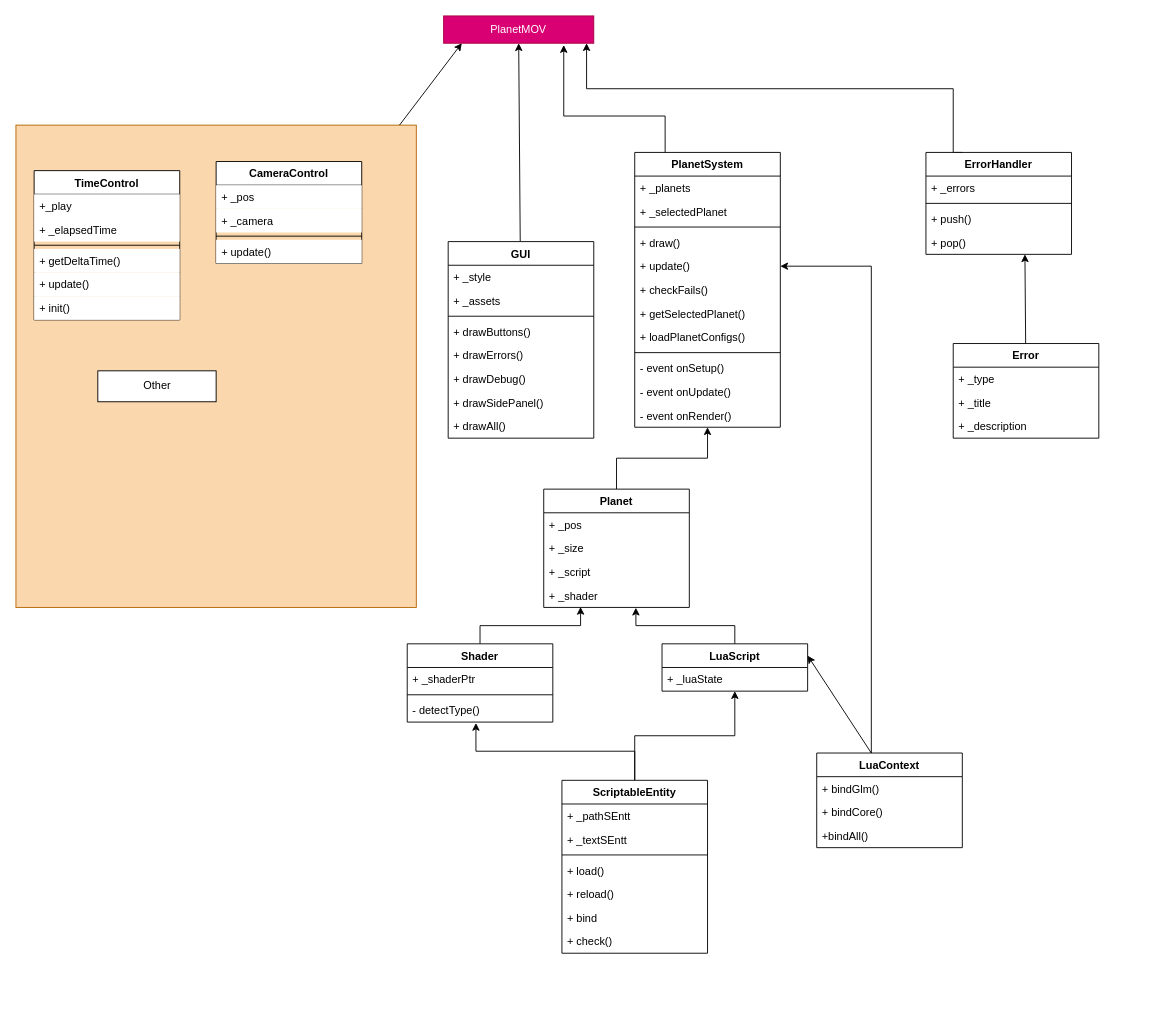
This is docs/PlanetMovDiagram.drawio from DeinsOne/PlanetMOV, a draw.io file, before an edit. Source tidied: cells renumbered, new cells numbered last; positions are measured from the earlier drawing's top-left corner, leaving out a move shared by most shapes. Both pictures are drawn from the tidied source at 91%, with x=0, y=0 at pixel (15, 15).
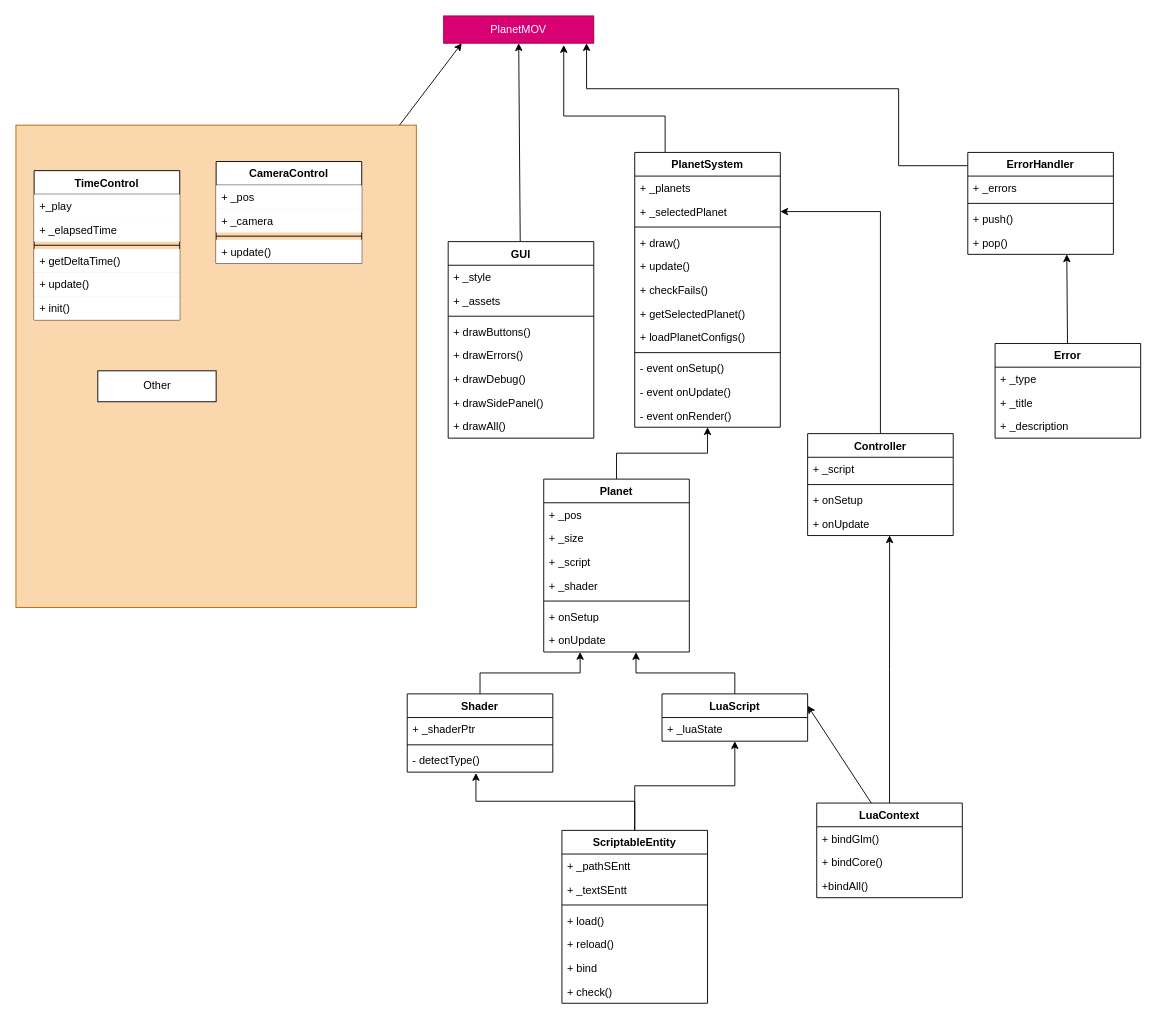
Above is the later version.

Commit message (it also covers changes not shown here):
Mass of planet

Unchanged cells that the change refers to:
```xml
<mxCell id="3" value="&lt;div&gt;PlanetMOV&lt;/div&gt;" style="rounded=0;whiteSpace=wrap;html=1;fillColor=#d80073;strokeColor=#A50040;fontColor=#ffffff;" parent="1" vertex="1">
  <mxGeometry x="470" width="165" height="30" as="geometry" />
</mxCell>
<mxCell id="19" value="+ _selectedPlanet" style="text;strokeColor=none;fillColor=none;align=left;verticalAlign=top;spacingLeft=4;spacingRight=4;overflow=hidden;points=[[0,0.5],[1,0.5]];portConstraint=eastwest;" parent="17" vertex="1">
  <mxGeometry y="52" width="160" height="26" as="geometry" />
</mxCell>
<mxCell id="22" value="+ update()" style="text;strokeColor=none;fillColor=none;align=left;verticalAlign=top;spacingLeft=4;spacingRight=4;overflow=hidden;points=[[0,0.5],[1,0.5]];portConstraint=eastwest;" parent="17" vertex="1">
  <mxGeometry y="112" width="160" height="26" as="geometry" />
</mxCell>
<mxCell id="35" value="+ _shader" style="text;strokeColor=none;fillColor=none;align=left;verticalAlign=top;spacingLeft=4;spacingRight=4;overflow=hidden;points=[[0,0.5],[1,0.5]];portConstraint=eastwest;" parent="31" vertex="1">
  <mxGeometry y="104" width="160" height="26" as="geometry" />
</mxCell>
```

What changed in the source:
```diff
@@
     <mxCell id="31" value="Planet" style="swimlane;fontStyle=1;align=center;verticalAlign=top;horizontal=1;startSize=26;" parent="1" vertex="1">
-      <mxGeometry x="580" y="520" width="160" height="130" as="geometry" />
+      <mxGeometry x="580" y="509" width="160" height="190" as="geometry" />
     </mxCell>
@@
+    <mxCell id="83" style="line;strokeWidth=1;fillColor=none;align=left;verticalAlign=middle;spacingTop=-1;spacingLeft=3;spacingRight=3;labelPosition=right;" parent="31" vertex="1">
+      <mxGeometry y="130" width="160" height="8" as="geometry" />
+    </mxCell>
+    <mxCell id="84" value="+ onSetup" style="text;strokeColor=none;fillColor=none;align=left;verticalAlign=top;spacingLeft=4;spacingRight=4;overflow=hidden;" parent="31" vertex="1">
+      <mxGeometry y="138" width="160" height="26" as="geometry" />
+    </mxCell>
+    <mxCell id="85" value="+ onUpdate" style="text;strokeColor=none;fillColor=none;align=left;verticalAlign=top;spacingLeft=4;spacingRight=4;overflow=hidden;points=[[0,0.5],[1,0.5]];portConstraint=eastwest;" parent="31" vertex="1">
+      <mxGeometry y="164" width="160" height="26" as="geometry" />
+    </mxCell>
-    <mxCell id="36" style="edgeStyle=orthogonalEdgeStyle;rounded=0;jettySize=auto;html=1;entryX=0.253;entryY=0.981;entryDx=0;entryDy=0;entryPerimeter=0;" parent="1" edge="1" source="37" target="35">
+    <mxCell id="36" style="edgeStyle=orthogonalEdgeStyle;rounded=0;jettySize=auto;html=1;entryX=0.25;entryY=1;entryDx=0;entryDy=0;" parent="1" edge="1" source="37" target="31">
       <mxGeometry relative="1" as="geometry" />
     </mxCell>
     <mxCell id="37" value="Shader" style="swimlane;fontStyle=1;align=center;verticalAlign=top;horizontal=1;startSize=26;" parent="1" vertex="1">
-      <mxGeometry x="430" y="690" width="160" height="86" as="geometry" />
+      <mxGeometry x="430" y="745" width="160" height="86" as="geometry" />
     </mxCell>
@@
-    <mxCell id="41" style="edgeStyle=orthogonalEdgeStyle;rounded=0;jettySize=auto;html=1;entryX=0.633;entryY=1.013;entryDx=0;entryDy=0;entryPerimeter=0;" parent="1" edge="1" source="42" target="35">
+    <mxCell id="41" style="edgeStyle=orthogonalEdgeStyle;rounded=0;jettySize=auto;html=1;entryX=0.634;entryY=1.006;entryDx=0;entryDy=0;entryPerimeter=0;" parent="1" edge="1" source="42" target="85">
       <mxGeometry relative="1" as="geometry" />
     </mxCell>
     <mxCell id="42" value="LuaScript" style="swimlane;fontStyle=1;align=center;verticalAlign=top;horizontal=1;startSize=26;" parent="1" vertex="1">
-      <mxGeometry x="710" y="690" width="160" height="52" as="geometry" />
+      <mxGeometry x="710" y="745" width="160" height="52" as="geometry" />
     </mxCell>
@@
     <mxCell id="46" value="ScriptableEntity" style="swimlane;fontStyle=1;align=center;verticalAlign=top;horizontal=1;startSize=26;" parent="1" vertex="1">
-      <mxGeometry x="600" y="840" width="160" height="190" as="geometry" />
+      <mxGeometry x="600" y="895" width="160" height="190" as="geometry" />
     </mxCell>
@@
-    <mxCell id="54" style="edgeStyle=orthogonalEdgeStyle;rounded=0;jettySize=auto;html=1;entryX=1;entryY=0.5;entryDx=0;entryDy=0;" parent="1" edge="1" source="55" target="22">
-      <mxGeometry relative="1" as="geometry">
-        <Array as="points">
-          <mxPoint x="940" y="275" />
-        </Array>
-      </mxGeometry>
-    </mxCell>
+    <mxCell id="86" style="edgeStyle=orthogonalEdgeStyle;rounded=0;jettySize=auto;html=1;entryX=0.563;entryY=0.993;entryDx=0;entryDy=0;entryPerimeter=0;" parent="1" edge="1" source="55" target="92">
+      <mxGeometry relative="1" as="geometry" />
+    </mxCell>
     <mxCell id="55" value="LuaContext" style="swimlane;fontStyle=1;align=center;verticalAlign=top;horizontal=1;startSize=26;" parent="1" vertex="1">
-      <mxGeometry x="880" y="810" width="160" height="104" as="geometry" />
+      <mxGeometry x="880" y="865" width="160" height="104" as="geometry" />
     </mxCell>
@@
     <mxCell id="59" style="rounded=0;jettySize=auto;html=1;entryX=1;entryY=0.25;entryDx=0;entryDy=0;" parent="1" edge="1" target="42">
       <mxGeometry relative="1" as="geometry">
-        <mxPoint x="940" y="810" as="sourcePoint" />
+        <mxPoint x="940" y="865" as="sourcePoint" />
       </mxGeometry>
     </mxCell>
-    <mxCell id="60" style="edgeStyle=orthogonalEdgeStyle;rounded=0;jettySize=auto;html=1;entryX=0.952;entryY=1;entryDx=0;entryDy=0;entryPerimeter=0;exitX=0.25;exitY=0;exitDx=0;exitDy=0;" parent="1" edge="1" source="61" target="3">
+    <mxCell id="60" style="edgeStyle=orthogonalEdgeStyle;rounded=0;jettySize=auto;html=1;entryX=0.952;entryY=1;entryDx=0;entryDy=0;entryPerimeter=0;exitX=0.005;exitY=0.13;exitDx=0;exitDy=0;exitPerimeter=0;" parent="1" edge="1" source="61" target="3">
       <mxGeometry relative="1" as="geometry">
         <Array as="points">
-          <mxPoint x="1030" y="80" />
+          <mxPoint x="970" y="165" />
+          <mxPoint x="970" y="80" />
           <mxPoint x="627" y="80" />
         </Array>
       </mxGeometry>
     </mxCell>
     <mxCell id="61" value="ErrorHandler" style="swimlane;fontStyle=1;align=center;verticalAlign=top;horizontal=1;startSize=26;" parent="1" vertex="1">
-      <mxGeometry x="1000" y="150" width="160" height="112" as="geometry" />
+      <mxGeometry x="1046" y="150" width="160" height="112" as="geometry" />
     </mxCell>
@@
     <mxCell id="67" value="Error" style="swimlane;fontStyle=1;align=center;verticalAlign=top;horizontal=1;startSize=26;" parent="1" vertex="1">
-      <mxGeometry x="1030" y="360" width="160" height="104" as="geometry" />
+      <mxGeometry x="1076" y="360" width="160" height="104" as="geometry" />
     </mxCell>
@@
+    <mxCell id="87" style="edgeStyle=orthogonalEdgeStyle;rounded=0;jettySize=auto;html=1;entryX=1;entryY=0.5;entryDx=0;entryDy=0;" parent="1" edge="1" source="88" target="19">
+      <mxGeometry relative="1" as="geometry" />
+    </mxCell>
+    <mxCell id="88" value="Controller" style="swimlane;fontStyle=1;align=center;verticalAlign=top;horizontal=1;startSize=26;" parent="1" vertex="1">
+      <mxGeometry x="870" y="459" width="160" height="112" as="geometry" />
+    </mxCell>
+    <mxCell id="89" value="+ _script" style="text;strokeColor=none;fillColor=none;align=left;verticalAlign=top;spacingLeft=4;spacingRight=4;overflow=hidden;" parent="88" vertex="1">
+      <mxGeometry y="26" width="160" height="26" as="geometry" />
+    </mxCell>
+    <mxCell id="90" style="line;strokeWidth=1;fillColor=none;align=left;verticalAlign=middle;spacingTop=-1;spacingLeft=3;spacingRight=3;labelPosition=right;" parent="88" vertex="1">
+      <mxGeometry y="52" width="160" height="8" as="geometry" />
+    </mxCell>
+    <mxCell id="91" value="+ onSetup" style="text;strokeColor=none;fillColor=none;align=left;verticalAlign=top;spacingLeft=4;spacingRight=4;overflow=hidden;" parent="88" vertex="1">
+      <mxGeometry y="60" width="160" height="26" as="geometry" />
+    </mxCell>
+    <mxCell id="92" value="+ onUpdate" style="text;strokeColor=none;fillColor=none;align=left;verticalAlign=top;spacingLeft=4;spacingRight=4;overflow=hidden;points=[[0,0.5],[1,0.5]];portConstraint=eastwest;" parent="88" vertex="1">
+      <mxGeometry y="86" width="160" height="26" as="geometry" />
+    </mxCell>
```
